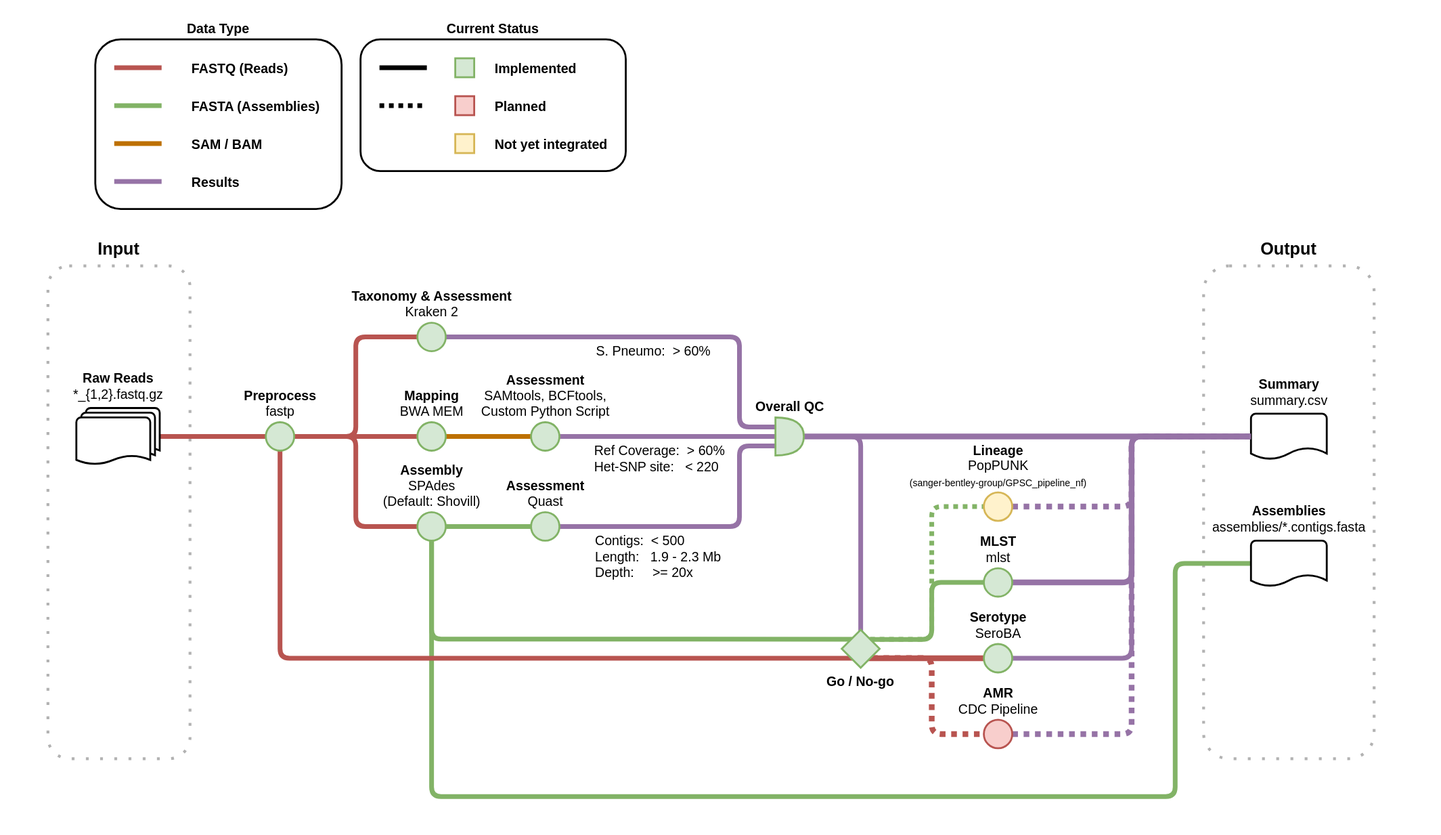
Above: doc/workflow.drawio.svg in sanger-bentley-group/gps-pipeline (draw.io), before the change. Source tidied: cells renumbered, new cells last; positions are measured from the earlier drawing's top-left corner, leaving out a move shared by most shapes.
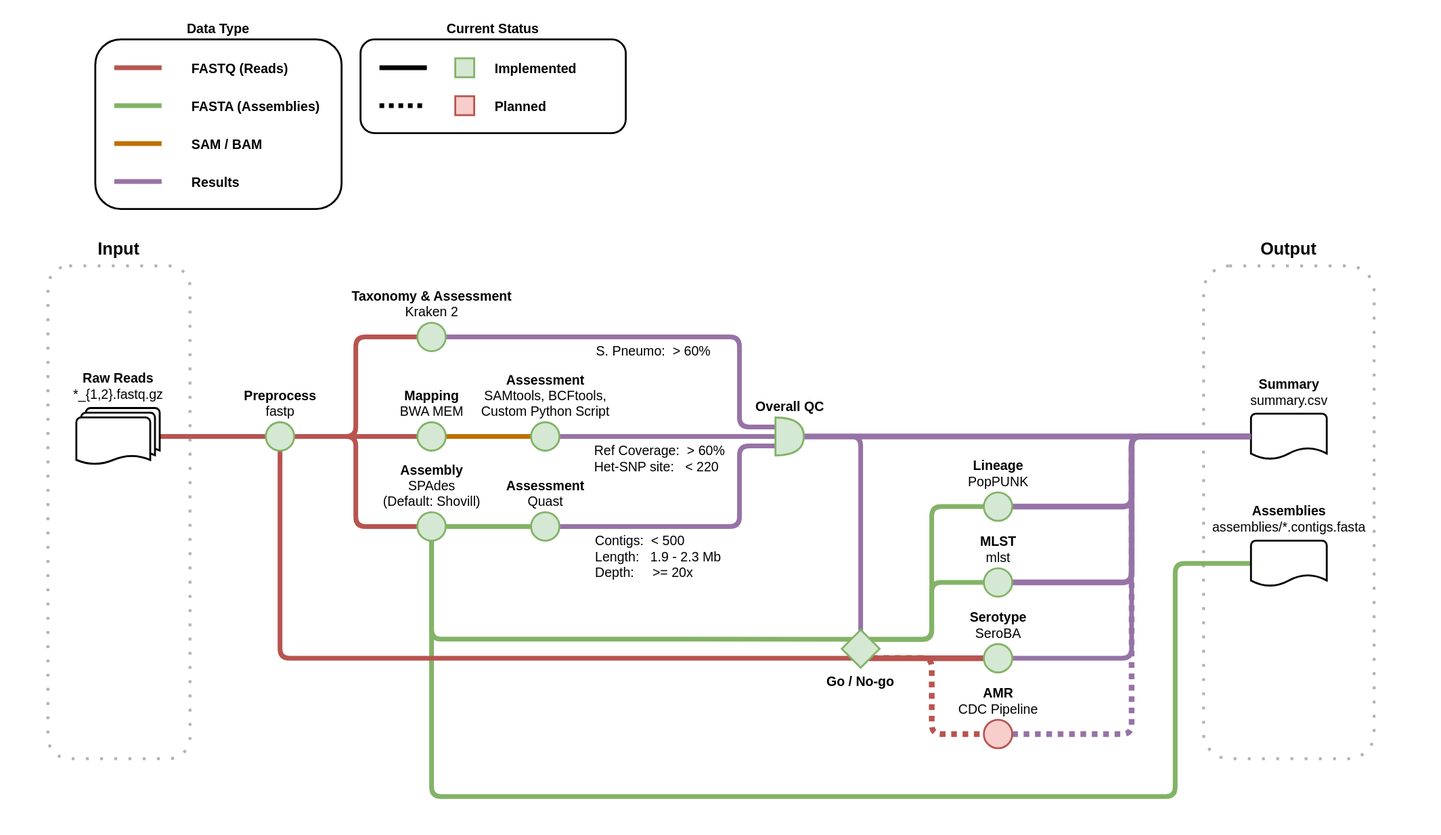
Above is the later version.

Diff of the diagram source:
```diff
@@ -12,7 +12,7 @@
       <mxGeometry x="50" y="280" width="150" height="520" as="geometry" />
     </mxCell>
     <mxCell id="5" value="&lt;b style=&quot;font-size: 14px;&quot;&gt;Current Status&lt;/b&gt;" style="rounded=1;whiteSpace=wrap;html=1;strokeWidth=2;fillColor=none;labelPosition=center;verticalLabelPosition=top;align=center;verticalAlign=bottom;fontSize=14;" parent="1" vertex="1">
-      <mxGeometry x="380" y="41" width="280" height="139" as="geometry" />
+      <mxGeometry x="380" y="41" width="280" height="99" as="geometry" />
     </mxCell>
     <mxCell id="6" value="Data Type" style="rounded=1;whiteSpace=wrap;html=1;strokeWidth=2;fillColor=none;fontStyle=1;labelPosition=center;verticalLabelPosition=top;align=center;verticalAlign=bottom;spacing=2;fontSize=14;" parent="1" vertex="1">
       <mxGeometry x="100" y="41" width="260" height="179" as="geometry" />
@@ -143,7 +143,7 @@
         <mxPoint x="45" as="offset" />
       </mxGeometry>
     </mxCell>
-    <mxCell id="32" style="edgeStyle=orthogonalEdgeStyle;html=1;entryX=0;entryY=0.5;entryDx=0;entryDy=0;entryPerimeter=0;dashed=1;dashPattern=1 1;endArrow=none;endFill=0;strokeWidth=6;fillColor=#e1d5e7;strokeColor=#9673a6;" parent="1" edge="1" source="61" target="40">
+    <mxCell id="32" style="edgeStyle=orthogonalEdgeStyle;html=1;entryX=0;entryY=0.5;entryDx=0;entryDy=0;entryPerimeter=0;endArrow=none;endFill=0;strokeWidth=6;fillColor=#e1d5e7;strokeColor=#9673a6;" parent="1" edge="1" source="61" target="40">
       <mxGeometry relative="1" as="geometry" />
     </mxCell>
     <mxCell id="33" style="edgeStyle=orthogonalEdgeStyle;rounded=1;jettySize=auto;html=1;entryX=0.5;entryY=0.75;entryDx=0;entryDy=0;strokeWidth=5;endArrow=none;endFill=0;fillColor=#f8cecc;strokeColor=#b85450;entryPerimeter=0;" parent="1" edge="1" source="56" target="57">
@@ -156,7 +156,7 @@
     <mxCell id="34" style="edgeStyle=orthogonalEdgeStyle;rounded=1;jettySize=auto;html=1;entryX=0;entryY=0.5;entryDx=0;entryDy=0;entryPerimeter=0;strokeWidth=5;endArrow=none;endFill=0;fillColor=#e1d5e7;strokeColor=#9673a6;" parent="1" edge="1" source="62" target="40">
       <mxGeometry relative="1" as="geometry" />
     </mxCell>
-    <mxCell id="35" style="edgeStyle=orthogonalEdgeStyle;rounded=1;jettySize=auto;html=1;entryX=0;entryY=0.5;entryDx=0;entryDy=0;dashed=1;dashPattern=1 1;strokeWidth=5;endArrow=none;endFill=0;fillColor=#d5e8d4;strokeColor=#82b366;exitX=0.5;exitY=0.25;exitDx=0;exitDy=0;exitPerimeter=0;" parent="1" edge="1" source="57" target="61">
+    <mxCell id="35" style="edgeStyle=orthogonalEdgeStyle;rounded=1;jettySize=auto;html=1;entryX=0;entryY=0.5;entryDx=0;entryDy=0;strokeWidth=5;endArrow=none;endFill=0;fillColor=#d5e8d4;strokeColor=#82b366;exitX=0.5;exitY=0.25;exitDx=0;exitDy=0;exitPerimeter=0;" parent="1" edge="1" source="57" target="61">
       <mxGeometry relative="1" as="geometry" />
     </mxCell>
     <mxCell id="36" style="edgeStyle=orthogonalEdgeStyle;rounded=1;jettySize=auto;html=1;entryX=0;entryY=0.5;entryDx=0;entryDy=0;endArrow=none;endFill=0;fillColor=#d5e8d4;strokeColor=#82b366;strokeWidth=5;exitX=0.5;exitY=0.255;exitDx=0;exitDy=0;exitPerimeter=0;" parent="1" edge="1" source="57" target="59">
@@ -210,12 +210,6 @@
     <mxCell id="47" value="&lt;b style=&quot;font-size: 14px&quot;&gt;Assemblies&lt;/b&gt;&lt;br style=&quot;font-size: 14px&quot;&gt;assemblies/*.contigs.fasta" style="strokeWidth=2;html=1;shape=mxgraph.flowchart.document2;size=0.25;labelPosition=center;verticalLabelPosition=top;align=center;verticalAlign=bottom;rounded=1;spacing=5;fontSize=14;" parent="1" vertex="1">
       <mxGeometry x="1320" y="570" width="80" height="48" as="geometry" />
     </mxCell>
-    <mxCell id="48" value="Not yet integrated" style="edgeLabel;html=1;align=left;verticalAlign=middle;fontStyle=1;labelBackgroundColor=none;rounded=1;fontSize=14;" parent="1" vertex="1">
-      <mxGeometry x="520" y="151" as="geometry" />
-    </mxCell>
-    <mxCell id="49" style="whiteSpace=wrap;html=1;fillColor=#fff2cc;strokeColor=#d6b656;strokeWidth=2;" parent="1" vertex="1">
-      <mxGeometry x="480" y="141" width="20" height="20" as="geometry" />
-    </mxCell>
     <mxCell id="50" style="edgeStyle=orthogonalEdgeStyle;html=1;entryX=0;entryY=0.5;entryDx=0;entryDy=0;entryPerimeter=0;fillColor=#e1d5e7;strokeColor=#9673a6;endArrow=none;endFill=0;strokeWidth=6;" parent="1" edge="1" source="59" target="40">
       <mxGeometry relative="1" as="geometry" />
     </mxCell>
@@ -249,7 +243,7 @@
     <mxCell id="60" value="&lt;b style=&quot;font-size: 14px&quot;&gt;Overall QC&lt;/b&gt;" style="shape=or;html=1;strokeWidth=2;labelPosition=center;verticalLabelPosition=top;align=center;verticalAlign=bottom;fillColor=#d5e8d4;strokeColor=#82b366;rounded=1;fontSize=14;" parent="1" vertex="1">
       <mxGeometry x="818" y="440" width="30" height="40" as="geometry" />
     </mxCell>
-    <mxCell id="61" value="&lt;b style=&quot;font-size: 14px&quot;&gt;Lineage&lt;/b&gt;&lt;br style=&quot;font-size: 14px&quot;&gt;PopPUNK&lt;br&gt;&lt;font style=&quot;font-size: 10px&quot;&gt;(sanger-bentley-group/GPSC_pipeline_nf)&lt;/font&gt;" style="ellipse;html=1;strokeWidth=2;labelPosition=center;verticalLabelPosition=top;align=center;verticalAlign=bottom;fillColor=#fff2cc;strokeColor=#d6b656;rounded=1;fontSize=14;" parent="1" vertex="1">
+    <mxCell id="61" value="&lt;b style=&quot;font-size: 14px&quot;&gt;Lineage&lt;/b&gt;&lt;br style=&quot;font-size: 14px&quot;&gt;PopPUNK" style="ellipse;html=1;strokeWidth=2;labelPosition=center;verticalLabelPosition=top;align=center;verticalAlign=bottom;fillColor=#d5e8d4;strokeColor=#82b366;rounded=1;fontSize=14;" parent="1" vertex="1">
       <mxGeometry x="1038" y="519" width="30" height="30" as="geometry" />
     </mxCell>
     <mxCell id="62" value="&lt;b style=&quot;font-size: 14px;&quot;&gt;Serotype&lt;/b&gt;&lt;br style=&quot;font-size: 14px;&quot;&gt;SeroBA" style="ellipse;html=1;strokeWidth=2;labelPosition=center;verticalLabelPosition=top;align=center;verticalAlign=bottom;fillColor=#d5e8d4;strokeColor=#82b366;rounded=1;fontSize=14;" parent="1" vertex="1">
```
